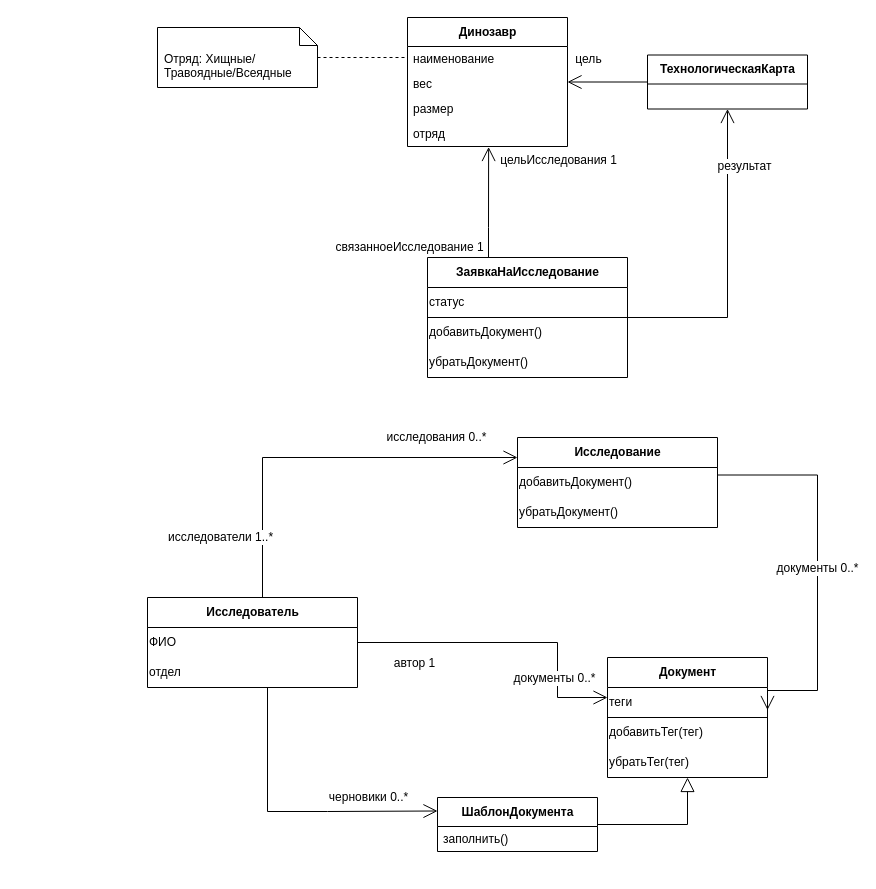
The draw.io diagram docs/SAD/class-diagrams/create-document-uc-view.drawio in black-jack-j/jurassiccrm, before the edit. Source tidied: cells renumbered, new cells numbered last; positions are measured from the earlier drawing's top-left corner, leaving out a move shared by most shapes. Both pictures are drawn from the tidied source at 100%, with x=0, y=0 at pixel (147, 17).
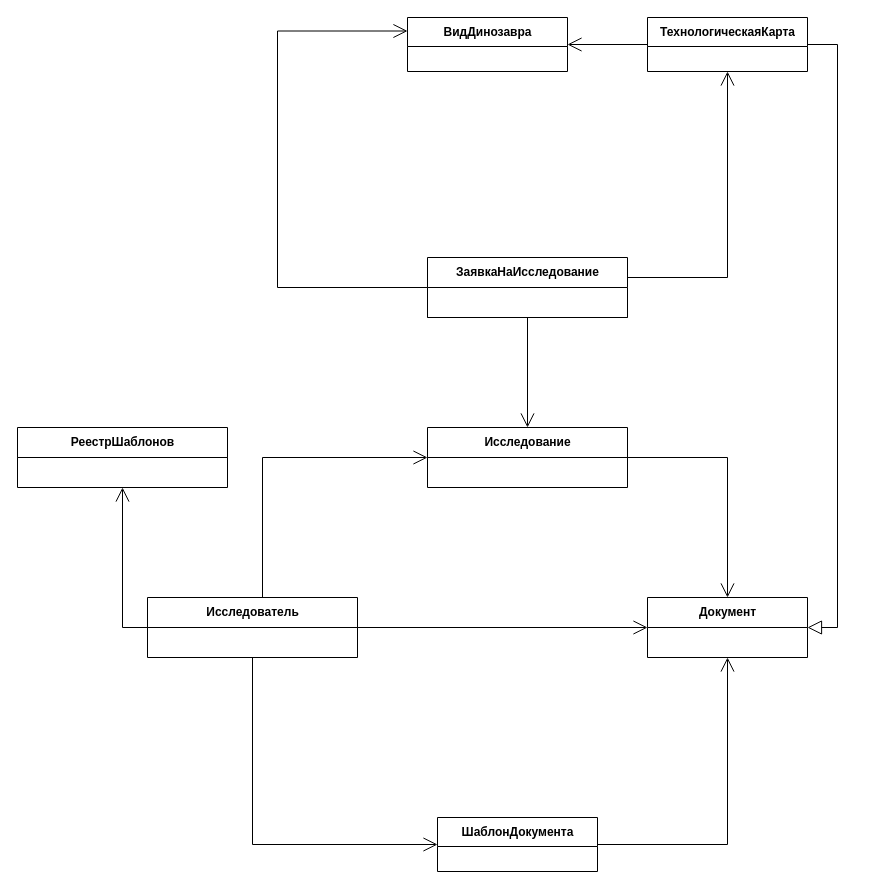
After the change.

Unchanged cells that the change refers to:
```xml
<mxCell id="37" style="edgeStyle=orthogonalEdgeStyle;rounded=0;jettySize=auto;html=1;fontSize=12;endArrow=open;endFill=0;endSize=12;" parent="1" edge="1" source="41" target="30">
  <mxGeometry relative="1" as="geometry" />
</mxCell>
```

Change to the diagram source:
```diff
@@
-    <mxCell id="2" value="документы 0..*" style="edgeStyle=orthogonalEdgeStyle;rounded=0;jettySize=auto;html=1;endArrow=open;endFill=0;endSize=12;fontSize=12;entryX=1;entryY=0.75;entryDx=0;entryDy=0;exitX=1;exitY=0.25;exitDx=0;exitDy=0;" parent="1" edge="1" source="44" target="15">
-      <mxGeometry relative="1" as="geometry">
-        <Array as="points">
-          <mxPoint x="670" y="458" />
-          <mxPoint x="670" y="673" />
-        </Array>
-      </mxGeometry>
-    </mxCell>
-    <mxCell id="3" style="edgeStyle=orthogonalEdgeStyle;rounded=0;jettySize=auto;html=1;fontSize=12;endArrow=open;endFill=0;endSize=12;entryX=0.507;entryY=1.02;entryDx=0;entryDy=0;entryPerimeter=0;" parent="1" edge="1" source="6" target="34">
-      <mxGeometry relative="1" as="geometry">
-        <Array as="points">
-          <mxPoint x="341" y="210" />
-          <mxPoint x="341" y="210" />
-        </Array>
-      </mxGeometry>
-    </mxCell>
-    <mxCell id="4" value="цельИсследования 1" style="edgeLabel;html=1;align=center;verticalAlign=middle;fontSize=12;" parent="3" vertex="1">
-      <mxGeometry x="0.64" y="-1" relative="1" as="geometry">
-        <mxPoint x="68" y="-7" as="offset" />
-      </mxGeometry>
-    </mxCell>
-    <mxCell id="5" value="связанноеИсследование 1" style="edgeLabel;html=1;align=center;verticalAlign=middle;fontSize=12;" parent="3" vertex="1">
-      <mxGeometry x="-0.57" y="-2" relative="1" as="geometry">
-        <mxPoint x="-82" y="13" as="offset" />
-      </mxGeometry>
-    </mxCell>
+    <mxCell id="46" style="edgeStyle=orthogonalEdgeStyle;rounded=0;jettySize=auto;html=1;entryX=0.5;entryY=0;entryDx=0;entryDy=0;endArrow=open;endFill=0;endSize=12;" parent="1" edge="1" source="6" target="42">
+      <mxGeometry relative="1" as="geometry" />
+    </mxCell>
+    <mxCell id="47" style="edgeStyle=orthogonalEdgeStyle;rounded=0;jettySize=auto;html=1;entryX=0;entryY=0.25;entryDx=0;entryDy=0;endArrow=open;endFill=0;endSize=12;" parent="1" edge="1" source="6" target="30">
+      <mxGeometry relative="1" as="geometry">
+        <Array as="points">
+          <mxPoint x="130" y="270" />
+          <mxPoint x="130" y="14" />
+        </Array>
+      </mxGeometry>
+    </mxCell>
     <mxCell id="6" value="ЗаявкаНаИсследование" style="swimlane;fontStyle=1;align=center;verticalAlign=middle;horizontal=1;startSize=30;html=1;" parent="1" vertex="1">
-      <mxGeometry x="280" y="240" width="200" height="120" as="geometry" />
+      <mxGeometry x="280" y="240" width="200" height="60" as="geometry" />
     </mxCell>
-    <mxCell id="7" value="статус" style="text;html=1;strokeColor=none;fillColor=none;align=left;verticalAlign=middle;whiteSpace=wrap;rounded=0;" parent="6" vertex="1">
-      <mxGeometry y="30" width="200" height="30" as="geometry" />
-    </mxCell>
-    <mxCell id="8" style="endArrow=none;html=1;rounded=0;endSize=12;exitX=0;exitY=0;exitDx=0;exitDy=0;entryX=1;entryY=0;entryDx=0;entryDy=0;" parent="6" edge="1" source="9" target="9">
-      <mxGeometry relative="1" as="geometry" />
+    <mxCell id="8" style="endArrow=none;html=1;rounded=0;endSize=12;exitX=0;exitY=0;exitDx=0;exitDy=0;entryX=1;entryY=0;entryDx=0;entryDy=0;" parent="6" edge="1">
+      <mxGeometry relative="1" as="geometry">
+        <mxPoint y="60" as="sourcePoint" />
+        <mxPoint x="200" y="60" as="targetPoint" />
+      </mxGeometry>
     </mxCell>
-    <mxCell id="9" value="добавитьДокумент()" style="text;html=1;strokeColor=none;fillColor=none;align=left;verticalAlign=middle;whiteSpace=wrap;rounded=0;" parent="6" vertex="1">
-      <mxGeometry y="60" width="200" height="30" as="geometry" />
-    </mxCell>
-    <mxCell id="10" value="убратьДокумент()" style="text;html=1;strokeColor=none;fillColor=none;align=left;verticalAlign=middle;whiteSpace=wrap;rounded=0;" parent="6" vertex="1">
-      <mxGeometry y="90" width="200" height="30" as="geometry" />
-    </mxCell>
     <mxCell id="11" style="edgeStyle=orthogonalEdgeStyle;rounded=0;jettySize=auto;html=1;entryX=1;entryY=0.5;entryDx=0;entryDy=0;fontSize=12;endArrow=none;endFill=0;endSize=12;startArrow=open;startFill=0;startSize=12;" parent="1" edge="1" source="14" target="23">
-      <mxGeometry relative="1" as="geometry">
-        <Array as="points">
-          <mxPoint x="410" y="680" />
-          <mxPoint x="410" y="625" />
-        </Array>
-      </mxGeometry>
+      <mxGeometry relative="1" as="geometry" />
     </mxCell>
-    <mxCell id="12" value="автор 1" style="edgeLabel;html=1;align=center;verticalAlign=middle;fontSize=12;" parent="11" vertex="1">
-      <mxGeometry x="0.53" y="-1" relative="1" as="geometry">
-        <mxPoint x="-16" y="21" as="offset" />
-      </mxGeometry>
-    </mxCell>
-    <mxCell id="13" value="документы 0..*" style="edgeLabel;html=1;align=center;verticalAlign=middle;fontSize=12;" parent="11" vertex="1">
-      <mxGeometry x="-0.82" y="-2" relative="1" as="geometry">
-        <mxPoint x="-27" y="-18" as="offset" />
-      </mxGeometry>
-    </mxCell>
     <mxCell id="14" value="Документ" style="swimlane;fontStyle=1;align=center;verticalAlign=middle;horizontal=1;startSize=30;html=1;" parent="1" vertex="1">
-      <mxGeometry x="460" y="640" width="160" height="120" as="geometry" />
+      <mxGeometry x="500" y="580" width="160" height="60" as="geometry" />
     </mxCell>
-    <mxCell id="15" value="теги" style="text;html=1;strokeColor=none;fillColor=none;align=left;verticalAlign=middle;whiteSpace=wrap;rounded=0;fontSize=12;" parent="14" vertex="1">
-      <mxGeometry y="30" width="160" height="30" as="geometry" />
-    </mxCell>
-    <mxCell id="16" style="endArrow=none;html=1;rounded=0;fontSize=12;endSize=12;exitX=0;exitY=1;exitDx=0;exitDy=0;entryX=1;entryY=0;entryDx=0;entryDy=0;" parent="14" edge="1" source="15" target="17">
-      <mxGeometry relative="1" as="geometry" />
-    </mxCell>
-    <mxCell id="17" value="добавитьТег(тег)" style="text;html=1;strokeColor=none;fillColor=none;align=left;verticalAlign=middle;whiteSpace=wrap;rounded=0;fontSize=12;" parent="14" vertex="1">
-      <mxGeometry y="60" width="160" height="30" as="geometry" />
-    </mxCell>
-    <mxCell id="18" value="убратьТег(тег)" style="text;html=1;strokeColor=none;fillColor=none;align=left;verticalAlign=middle;whiteSpace=wrap;rounded=0;fontSize=12;" parent="14" vertex="1">
-      <mxGeometry y="90" width="160" height="30" as="geometry" />
-    </mxCell>
-    <mxCell id="19" value="исследования 0..*" style="edgeStyle=orthogonalEdgeStyle;rounded=0;jettySize=auto;html=1;fontSize=12;endArrow=open;endFill=0;endSize=12;" parent="1" edge="1" source="23" target="42">
+    <mxCell id="19" style="edgeStyle=orthogonalEdgeStyle;rounded=0;jettySize=auto;html=1;fontSize=12;endArrow=open;endFill=0;endSize=12;" parent="1" edge="1" source="23" target="42">
       <mxGeometry x="0.59" y="20" relative="1" as="geometry">
         <Array as="points">
           <mxPoint x="115" y="440" />
         </Array>
       </mxGeometry>
     </mxCell>
-    <mxCell id="20" value="исследователи 1..*" style="edgeLabel;html=1;align=center;verticalAlign=middle;fontSize=12;" parent="19" vertex="1">
-      <mxGeometry x="-0.24" y="2" relative="1" as="geometry">
-        <mxPoint x="-53" y="81" as="offset" />
-      </mxGeometry>
-    </mxCell>
-    <mxCell id="21" style="edgeStyle=orthogonalEdgeStyle;rounded=0;jettySize=auto;html=1;fontSize=12;startArrow=none;startFill=0;endArrow=open;endFill=0;endSize=12;entryX=0;entryY=0.25;entryDx=0;entryDy=0;" parent="1" edge="1" source="23" target="28">
+    <mxCell id="21" style="edgeStyle=orthogonalEdgeStyle;rounded=0;jettySize=auto;html=1;fontSize=12;startArrow=none;startFill=0;endArrow=open;endFill=0;endSize=12;entryX=0;entryY=0.5;entryDx=0;entryDy=0;" parent="1" edge="1" source="23" target="28">
       <mxGeometry relative="1" as="geometry">
         <Array as="points">
-          <mxPoint x="120" y="794" />
-          <mxPoint x="180" y="794" />
+          <mxPoint x="105" y="827" />
         </Array>
       </mxGeometry>
     </mxCell>
-    <mxCell id="22" value="черновики 0..*" style="edgeLabel;html=1;align=center;verticalAlign=middle;fontSize=12;" parent="21" vertex="1">
-      <mxGeometry x="0.9" y="2" relative="1" as="geometry">
-        <mxPoint x="-54" y="-12" as="offset" />
-      </mxGeometry>
-    </mxCell>
+    <mxCell id="48" style="edgeStyle=orthogonalEdgeStyle;rounded=0;jettySize=auto;html=1;entryX=0.5;entryY=1;entryDx=0;entryDy=0;endArrow=open;endFill=0;endSize=12;" parent="1" edge="1" source="23" target="51">
+      <mxGeometry relative="1" as="geometry">
+        <Array as="points">
+          <mxPoint x="-25" y="610" />
+        </Array>
+      </mxGeometry>
+    </mxCell>
     <mxCell id="23" value="Исследователь" style="swimlane;fontStyle=1;align=center;verticalAlign=middle;horizontal=1;startSize=30;html=1;" parent="1" vertex="1">
-      <mxGeometry y="580" width="210" height="90" as="geometry" />
+      <mxGeometry y="580" width="210" height="60" as="geometry" />
     </mxCell>
@@
-    <mxCell id="25" value="ФИО" style="text;html=1;strokeColor=none;fillColor=none;align=left;verticalAlign=middle;whiteSpace=wrap;rounded=0;fontSize=12;" parent="23" vertex="1">
-      <mxGeometry y="30" width="210" height="30" as="geometry" />
-    </mxCell>
-    <mxCell id="26" value="отдел" style="text;html=1;strokeColor=none;fillColor=none;align=left;verticalAlign=middle;whiteSpace=wrap;rounded=0;fontSize=12;" parent="23" vertex="1">
-      <mxGeometry y="60" width="210" height="30" as="geometry" />
-    </mxCell>
-    <mxCell id="27" style="edgeStyle=orthogonalEdgeStyle;rounded=0;jettySize=auto;html=1;fontSize=12;startArrow=none;startFill=0;endArrow=block;endFill=0;endSize=12;" parent="1" edge="1" source="28" target="14">
+    <mxCell id="27" style="edgeStyle=orthogonalEdgeStyle;rounded=0;jettySize=auto;html=1;fontSize=12;startArrow=none;startFill=0;endArrow=open;endFill=0;endSize=12;" parent="1" edge="1" source="28" target="14">
       <mxGeometry relative="1" as="geometry" />
     </mxCell>
     <mxCell id="28" value="ШаблонДокумента" style="swimlane;fontStyle=1;align=center;verticalAlign=middle;horizontal=1;startSize=29;html=1;fontSize=12;" parent="1" vertex="1">
-      <mxGeometry x="290" y="780" width="160" height="54" as="geometry" />
+      <mxGeometry x="290" y="800" width="160" height="54" as="geometry" />
     </mxCell>
-    <mxCell id="29" value="заполнить()" style="text;html=1;strokeColor=none;fillColor=none;align=left;verticalAlign=middle;spacingLeft=4;spacingRight=4;overflow=hidden;fontSize=12;" parent="28" vertex="1">
-      <mxGeometry y="29" width="160" height="25" as="geometry" />
-    </mxCell>
-    <mxCell id="30" value="Динозавр" style="swimlane;fontStyle=1;align=center;verticalAlign=middle;horizontal=1;startSize=29;html=1;fontSize=12;" parent="1" vertex="1">
-      <mxGeometry x="260" width="160" height="129" as="geometry" />
+    <mxCell id="30" value="ВидДинозавра" style="swimlane;fontStyle=1;align=center;verticalAlign=middle;horizontal=1;startSize=29;html=1;fontSize=12;" parent="1" vertex="1">
+      <mxGeometry x="260" width="160" height="54" as="geometry" />
     </mxCell>
-    <mxCell id="31" value="наименование" style="text;html=1;strokeColor=none;fillColor=none;align=left;verticalAlign=middle;spacingLeft=4;spacingRight=4;overflow=hidden;fontSize=12;" parent="30" vertex="1">
-      <mxGeometry y="29" width="160" height="25" as="geometry" />
-    </mxCell>
-    <mxCell id="32" value="вес" style="text;html=1;strokeColor=none;fillColor=none;align=left;verticalAlign=middle;spacingLeft=4;spacingRight=4;overflow=hidden;fontSize=12;" parent="30" vertex="1">
-      <mxGeometry y="54" width="160" height="25" as="geometry" />
-    </mxCell>
-    <mxCell id="33" value="размер" style="text;html=1;strokeColor=none;fillColor=none;align=left;verticalAlign=middle;spacingLeft=4;spacingRight=4;overflow=hidden;fontSize=12;" parent="30" vertex="1">
-      <mxGeometry y="79" width="160" height="25" as="geometry" />
-    </mxCell>
-    <mxCell id="34" value="отряд" style="text;html=1;strokeColor=none;fillColor=none;align=left;verticalAlign=middle;spacingLeft=4;spacingRight=4;overflow=hidden;points=[[0,0.5],[1,0.5]];portConstraint=eastwest;fontSize=12;" parent="30" vertex="1">
-      <mxGeometry y="104" width="160" height="25" as="geometry" />
-    </mxCell>
-    <mxCell id="35" style="edgeStyle=orthogonalEdgeStyle;rounded=0;jettySize=auto;html=1;fontSize=12;endArrow=none;endFill=0;endSize=12;dashed=1;" parent="1" edge="1" source="36" target="30">
-      <mxGeometry relative="1" as="geometry">
-        <Array as="points">
-          <mxPoint x="380" y="45" />
-        </Array>
-      </mxGeometry>
-    </mxCell>
-    <mxCell id="36" value="Отряд: Хищные/Травоядные/Всеядные" style="shape=note2;boundedLbl=1;whiteSpace=wrap;html=1;size=18;verticalAlign=top;align=left;spacingLeft=5;fontSize=12;" parent="1" vertex="1">
-      <mxGeometry x="10" y="10" width="160" height="60" as="geometry" />
-    </mxCell>
@@
-    <mxCell id="38" value="цель" style="edgeLabel;html=1;align=center;verticalAlign=middle;fontSize=12;" parent="37" vertex="1">
-      <mxGeometry x="0.57" y="-2" relative="1" as="geometry">
-        <mxPoint x="3" y="-21" as="offset" />
-      </mxGeometry>
-    </mxCell>
     <mxCell id="39" style="edgeStyle=orthogonalEdgeStyle;rounded=0;jettySize=auto;html=1;fontSize=12;endArrow=none;endFill=0;endSize=12;startArrow=open;startFill=0;startSize=12;" parent="1" edge="1" source="41" target="6">
       <mxGeometry relative="1" as="geometry">
         <Array as="points">
-          <mxPoint x="580" y="300" />
+          <mxPoint x="580" y="260" />
         </Array>
       </mxGeometry>
     </mxCell>
-    <mxCell id="40" value="результат" style="edgeLabel;html=1;align=center;verticalAlign=middle;fontSize=12;" parent="39" vertex="1">
-      <mxGeometry x="-0.71" y="-1" relative="1" as="geometry">
-        <mxPoint x="17" y="12" as="offset" />
-      </mxGeometry>
-    </mxCell>
+    <mxCell id="49" style="edgeStyle=orthogonalEdgeStyle;rounded=0;jettySize=auto;html=1;entryX=1;entryY=0.5;entryDx=0;entryDy=0;endArrow=block;endFill=0;endSize=12;" parent="1" edge="1" source="41" target="14">
+      <mxGeometry relative="1" as="geometry">
+        <Array as="points">
+          <mxPoint x="690" y="27" />
+          <mxPoint x="690" y="610" />
+        </Array>
+      </mxGeometry>
+    </mxCell>
     <mxCell id="41" value="ТехнологическаяКарта" style="swimlane;fontStyle=1;align=center;verticalAlign=middle;horizontal=1;startSize=29;html=1;fontSize=12;" parent="1" vertex="1">
-      <mxGeometry x="500" y="37.5" width="160" height="54" as="geometry" />
+      <mxGeometry x="500" width="160" height="54" as="geometry" />
     </mxCell>
+    <mxCell id="50" style="edgeStyle=orthogonalEdgeStyle;rounded=0;jettySize=auto;html=1;entryX=0.5;entryY=0;entryDx=0;entryDy=0;endArrow=open;endFill=0;endSize=12;" parent="1" edge="1" source="42" target="14">
+      <mxGeometry relative="1" as="geometry" />
+    </mxCell>
     <mxCell id="42" value="Исследование" style="swimlane;fontStyle=1;align=center;verticalAlign=middle;horizontal=1;startSize=30;html=1;" parent="1" vertex="1">
-      <mxGeometry x="370" y="420" width="200" height="90" as="geometry" />
+      <mxGeometry x="280" y="410" width="200" height="60" as="geometry" />
     </mxCell>
-    <mxCell id="43" style="endArrow=none;html=1;rounded=0;endSize=12;exitX=0;exitY=0;exitDx=0;exitDy=0;entryX=1;entryY=0;entryDx=0;entryDy=0;" parent="42" edge="1" source="44" target="44">
-      <mxGeometry relative="1" as="geometry" />
+    <mxCell id="43" style="endArrow=none;html=1;rounded=0;endSize=12;exitX=0;exitY=0;exitDx=0;exitDy=0;entryX=1;entryY=0;entryDx=0;entryDy=0;" parent="42" edge="1">
+      <mxGeometry relative="1" as="geometry">
+        <mxPoint y="30" as="sourcePoint" />
+        <mxPoint x="200" y="30" as="targetPoint" />
+      </mxGeometry>
     </mxCell>
-    <mxCell id="44" value="добавитьДокумент()" style="text;html=1;strokeColor=none;fillColor=none;align=left;verticalAlign=middle;whiteSpace=wrap;rounded=0;" parent="42" vertex="1">
-      <mxGeometry y="30" width="200" height="30" as="geometry" />
-    </mxCell>
-    <mxCell id="45" value="убратьДокумент()" style="text;html=1;strokeColor=none;fillColor=none;align=left;verticalAlign=middle;whiteSpace=wrap;rounded=0;" parent="42" vertex="1">
-      <mxGeometry y="60" width="200" height="30" as="geometry" />
-    </mxCell>
+    <mxCell id="51" value="РеестрШаблонов" style="swimlane;fontStyle=1;align=center;verticalAlign=middle;horizontal=1;startSize=30;html=1;" parent="1" vertex="1">
+      <mxGeometry x="-130" y="410" width="210" height="60" as="geometry" />
+    </mxCell>
+    <mxCell id="52" style="endArrow=none;html=1;rounded=0;endSize=12;exitX=0;exitY=0;exitDx=0;exitDy=0;entryX=1;entryY=0;entryDx=0;entryDy=0;" parent="51" edge="1">
+      <mxGeometry relative="1" as="geometry">
+        <mxPoint y="30" as="sourcePoint" />
+        <mxPoint x="210" y="30" as="targetPoint" />
+      </mxGeometry>
+    </mxCell>
```
